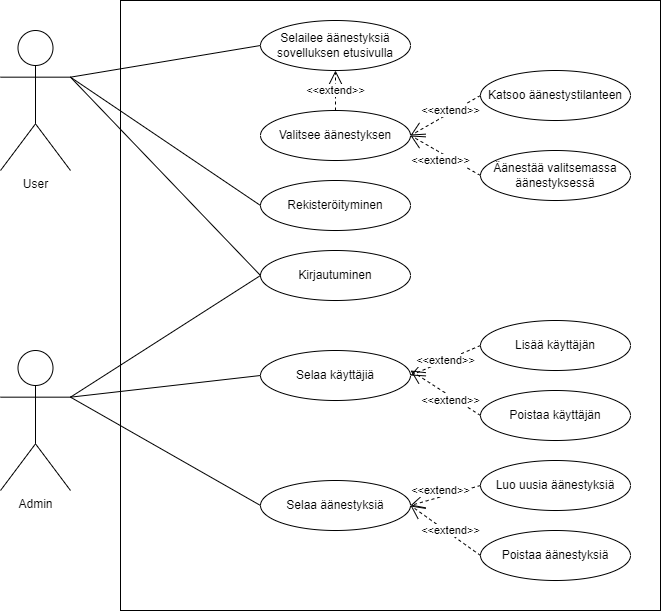
This is aanestyskaavio.drawio.png from LaGyn/Voting-app, a draw.io export, as it was before one commit. Source tidied: cells renumbered, new cells last; positions are measured from the earlier drawing's top-left corner, leaving out a move shared by most shapes.
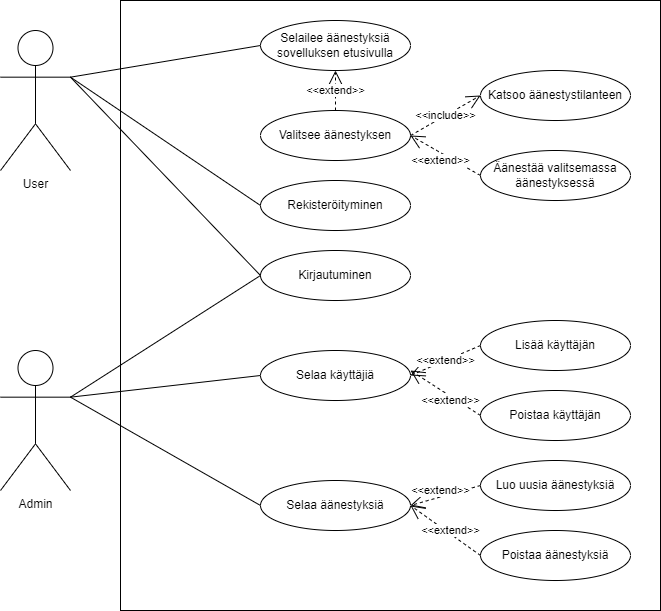
Later version of the same file.

Commit message:
muutettiin äänestystilanteen katsominen includeksi

The edit, as a diff of the source:
```diff
@@ -32,9 +32,6 @@
     <mxCell id="11" style="endArrow=none;html=1;rounded=0;entryX=0;entryY=0.5;entryDx=0;entryDy=0;exitX=1;exitY=0.3333333333333333;exitDx=0;exitDy=0;exitPerimeter=0;" parent="1" edge="1" source="3" target="6">
       <mxGeometry relative="1" as="geometry" />
     </mxCell>
-    <mxCell id="12" value="&amp;lt;&amp;lt;extend&amp;gt;&amp;gt;" style="endArrow=open;endSize=12;dashed=1;html=1;rounded=0;entryX=1;entryY=0.5;entryDx=0;entryDy=0;exitX=0;exitY=0.5;exitDx=0;exitDy=0;" parent="1" edge="1" source="7" target="5">
-      <mxGeometry x="-0.17" y="-2" relative="1" as="geometry" />
-    </mxCell>
     <mxCell id="13" value="&amp;lt;&amp;lt;extend&amp;gt;&amp;gt;" style="endArrow=open;endSize=12;dashed=1;html=1;rounded=0;entryX=1;entryY=0.5;entryDx=0;entryDy=0;exitX=0;exitY=0.5;exitDx=0;exitDy=0;" parent="1" edge="1" source="8" target="5">
       <mxGeometry x="0.05" y="7" relative="1" as="geometry" />
     </mxCell>
@@ -88,5 +85,8 @@
     <mxCell id="29" value="&amp;lt;&amp;lt;extend&amp;gt;&amp;gt;" style="endArrow=open;endSize=12;dashed=1;html=1;entryX=1;entryY=0.5;entryDx=0;entryDy=0;exitX=0;exitY=0.5;exitDx=0;exitDy=0;" parent="1" edge="1" source="10" target="24">
       <mxGeometry x="-0.09" y="-3" relative="1" as="geometry" />
     </mxCell>
+    <mxCell id="30" value="&amp;lt;&amp;lt;include&amp;gt;&amp;gt;" style="endArrow=open;endSize=12;dashed=1;html=1;entryX=0;entryY=0.5;entryDx=0;entryDy=0;exitX=1;exitY=0.5;exitDx=0;exitDy=0;" parent="1" edge="1" source="5" target="7">
+      <mxGeometry relative="1" as="geometry" />
+    </mxCell>
   </root>
 </mxGraphModel>
```
